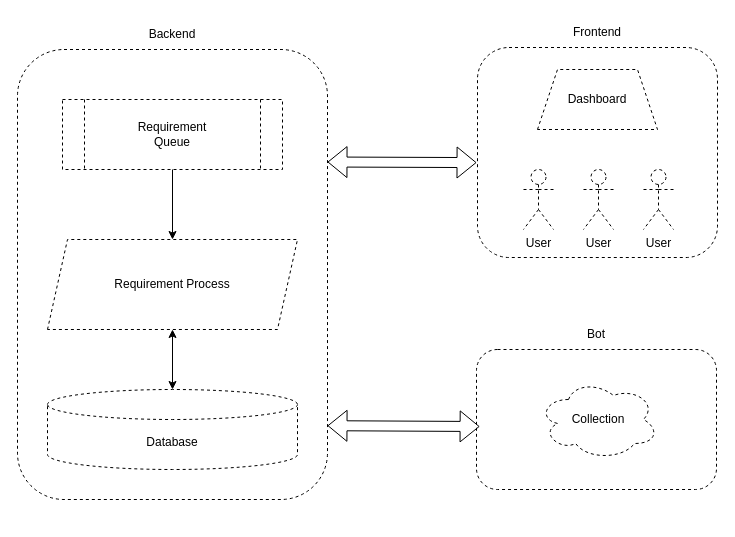
Earlier version of the draw.io diagram page "Global" (1 of 2) of Untitled Diagram.drawio (nftPower88/CryptoGraphBot). Source tidied: cells renumbered, new cells numbered last; positions are measured from the earlier drawing's top-left corner, leaving out a move shared by most shapes. Both pictures are drawn from the tidied source at 100%, with x=0, y=0 at pixel (17, 17).
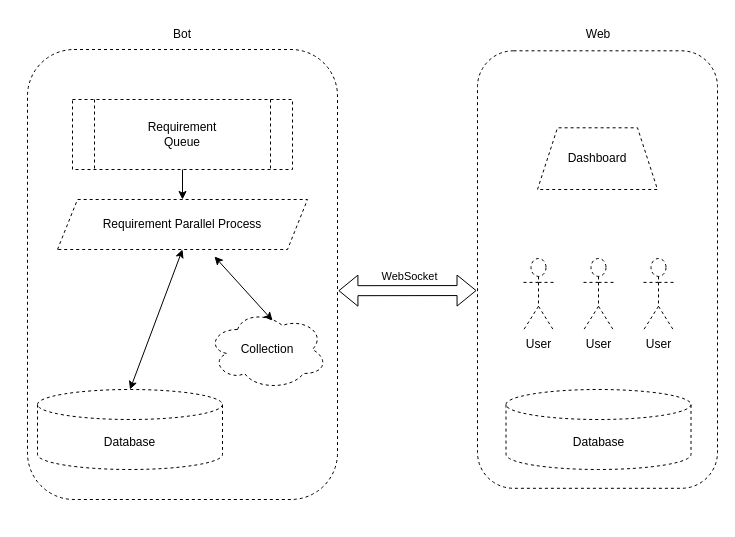
The same page after the edit.

Unchanged cells that the change refers to:
```xml
<mxCell id="3" style="rounded=1;whiteSpace=wrap;html=1;dashed=1;" parent="2" vertex="1">
  <mxGeometry y="30" width="310" height="450" as="geometry" />
</mxCell>
<mxCell id="5" value="Requirement&lt;br&gt;Queue" style="shape=process;whiteSpace=wrap;html=1;backgroundOutline=1;dashed=1;strokeColor=#000000;fillColor=none;" parent="2" vertex="1">
  <mxGeometry x="45" y="80" width="220" height="70" as="geometry" />
</mxCell>
```

Change to the diagram source:
```diff
@@
     <mxCell id="2" style="group;dashed=1;strokeColor=none;fillColor=none;" parent="1" vertex="1">
-      <mxGeometry y="2" width="310" height="480" as="geometry" />
+      <mxGeometry x="10" y="2" width="310" height="480" as="geometry" />
     </mxCell>
@@
-    <mxCell id="4" value="Backend" style="text;html=1;strokeColor=none;fillColor=none;align=center;verticalAlign=middle;whiteSpace=wrap;rounded=0;" parent="2" vertex="1">
+    <mxCell id="4" value="Bot" style="text;html=1;strokeColor=none;fillColor=none;align=center;verticalAlign=middle;whiteSpace=wrap;rounded=0;" parent="2" vertex="1">
       <mxGeometry x="125" width="60" height="30" as="geometry" />
     </mxCell>
@@
     <mxCell id="6" value="Database" style="shape=cylinder3;whiteSpace=wrap;html=1;boundedLbl=1;backgroundOutline=1;size=15;dashed=1;strokeColor=#000000;fillColor=none;" parent="2" vertex="1">
-      <mxGeometry x="30" y="370" width="250" height="80" as="geometry" />
+      <mxGeometry x="10" y="370" width="185" height="80" as="geometry" />
     </mxCell>
+    <mxCell id="19" value="Requirement Parallel Process" style="shape=parallelogram;perimeter=parallelogramPerimeter;whiteSpace=wrap;html=1;fixedSize=1;fillColor=none;strokeColor=#000000;dashed=1;" parent="2" vertex="1">
+      <mxGeometry x="30" y="180" width="250" height="50" as="geometry" />
+    </mxCell>
+    <mxCell id="20" style="edgeStyle=orthogonalEdgeStyle;rounded=0;jettySize=auto;html=1;" parent="2" edge="1" source="5" target="19">
+      <mxGeometry relative="1" as="geometry" />
+    </mxCell>
+    <mxCell id="22" style="endArrow=classic;startArrow=classic;html=1;rounded=0;entryX=0.5;entryY=1;entryDx=0;entryDy=0;exitX=0.5;exitY=0;exitDx=0;exitDy=0;exitPerimeter=0;" parent="2" edge="1" source="6" target="19">
+      <mxGeometry relative="1" as="geometry" />
+    </mxCell>
+    <mxCell id="17" value="Collection" style="ellipse;shape=cloud;whiteSpace=wrap;html=1;dashed=1;strokeColor=#000000;fillColor=none;" parent="2" vertex="1">
+      <mxGeometry x="180" y="290" width="120" height="80" as="geometry" />
+    </mxCell>
+    <mxCell id="23" style="endArrow=classic;startArrow=classic;html=1;rounded=0;entryX=0.628;entryY=1.14;entryDx=0;entryDy=0;entryPerimeter=0;exitX=0.542;exitY=0.138;exitDx=0;exitDy=0;exitPerimeter=0;" parent="2" edge="1" source="17" target="19">
+      <mxGeometry relative="1" as="geometry" />
+    </mxCell>
     <mxCell id="7" style="group;" parent="1" vertex="1">
-      <mxGeometry x="460" width="240" height="240" as="geometry" />
+      <mxGeometry x="460" y="2" width="240" height="500" as="geometry" />
     </mxCell>
     <mxCell id="8" style="rounded=1;whiteSpace=wrap;html=1;dashed=1;" parent="7" vertex="1">
-      <mxGeometry y="30" width="240" height="210" as="geometry" />
+      <mxGeometry y="31.3" width="240" height="437.5" as="geometry" />
     </mxCell>
-    <mxCell id="9" value="Frontend" style="text;html=1;strokeColor=none;fillColor=none;align=center;verticalAlign=middle;whiteSpace=wrap;rounded=0;" parent="7" vertex="1">
-      <mxGeometry x="90" width="60" height="30" as="geometry" />
+    <mxCell id="9" value="Web" style="text;html=1;strokeColor=none;fillColor=none;align=center;verticalAlign=middle;whiteSpace=wrap;rounded=0;" parent="7" vertex="1">
+      <mxGeometry x="91" y="-1.5" width="60" height="32.5" as="geometry" />
     </mxCell>
     <mxCell id="10" value="Dashboard" style="shape=trapezoid;perimeter=trapezoidPerimeter;whiteSpace=wrap;html=1;fixedSize=1;dashed=1;strokeColor=#000000;fillColor=none;" parent="7" vertex="1">
-      <mxGeometry x="60" y="52" width="120" height="60" as="geometry" />
+      <mxGeometry x="60" y="108.3" width="120" height="61.7" as="geometry" />
     </mxCell>
+    <mxCell id="24" style="group;" parent="7" vertex="1">
+      <mxGeometry x="46" y="239" width="150" height="71.7" as="geometry" />
+    </mxCell>
-    <mxCell id="11" value="User" style="shape=umlActor;verticalLabelPosition=bottom;verticalAlign=top;html=1;dashed=1;strokeColor=#000000;fillColor=none;" parent="7" vertex="1">
-      <mxGeometry x="46" y="152" width="30" height="60" as="geometry" />
+    <mxCell id="11" value="User" style="shape=umlActor;verticalLabelPosition=bottom;verticalAlign=top;html=1;dashed=1;strokeColor=#000000;fillColor=none;" parent="24" vertex="1">
+      <mxGeometry width="30" height="71.7" as="geometry" />
     </mxCell>
-    <mxCell id="12" value="User" style="shape=umlActor;verticalLabelPosition=bottom;verticalAlign=top;html=1;dashed=1;strokeColor=#000000;fillColor=none;" parent="7" vertex="1">
-      <mxGeometry x="106" y="152" width="30" height="60" as="geometry" />
+    <mxCell id="12" value="User" style="shape=umlActor;verticalLabelPosition=bottom;verticalAlign=top;html=1;dashed=1;strokeColor=#000000;fillColor=none;" parent="24" vertex="1">
+      <mxGeometry x="60" width="30" height="71.7" as="geometry" />
     </mxCell>
-    <mxCell id="13" value="User" style="shape=umlActor;verticalLabelPosition=bottom;verticalAlign=top;html=1;dashed=1;strokeColor=#000000;fillColor=none;" parent="7" vertex="1">
-      <mxGeometry x="166" y="152" width="30" height="60" as="geometry" />
+    <mxCell id="13" value="User" style="shape=umlActor;verticalLabelPosition=bottom;verticalAlign=top;html=1;dashed=1;strokeColor=#000000;fillColor=none;" parent="24" vertex="1">
+      <mxGeometry x="120" width="30" height="71.7" as="geometry" />
     </mxCell>
-    <mxCell id="14" style="group;" parent="1" vertex="1">
-      <mxGeometry x="459" y="302" width="240" height="170" as="geometry" />
-    </mxCell>
-    <mxCell id="15" style="rounded=1;whiteSpace=wrap;html=1;dashed=1;" parent="14" vertex="1">
-      <mxGeometry y="30" width="240" height="140" as="geometry" />
-    </mxCell>
-    <mxCell id="16" value="Bot" style="text;html=1;strokeColor=none;fillColor=none;align=center;verticalAlign=middle;whiteSpace=wrap;rounded=0;" parent="14" vertex="1">
-      <mxGeometry x="90" width="60" height="30" as="geometry" />
-    </mxCell>
-    <mxCell id="17" value="Collection" style="ellipse;shape=cloud;whiteSpace=wrap;html=1;dashed=1;strokeColor=#000000;fillColor=none;" parent="14" vertex="1">
-      <mxGeometry x="62" y="60" width="120" height="80" as="geometry" />
-    </mxCell>
+    <mxCell id="25" value="Database" style="shape=cylinder3;whiteSpace=wrap;html=1;boundedLbl=1;backgroundOutline=1;size=15;dashed=1;strokeColor=#000000;fillColor=none;" parent="7" vertex="1">
+      <mxGeometry x="28.5" y="370" width="185" height="80" as="geometry" />
+    </mxCell>
-    <mxCell id="18" style="shape=flexArrow;endArrow=classic;startArrow=classic;html=1;rounded=0;exitX=1;exitY=0.25;exitDx=0;exitDy=0;entryX=-0.004;entryY=0.548;entryDx=0;entryDy=0;entryPerimeter=0;" parent="1" edge="1" source="3" target="8">
+    <mxCell id="18" style="shape=flexArrow;endArrow=classic;startArrow=classic;html=1;rounded=0;exitX=1.003;exitY=0.536;exitDx=0;exitDy=0;entryX=-0.004;entryY=0.548;entryDx=0;entryDy=0;entryPerimeter=0;exitPerimeter=0;" parent="1" edge="1" source="3" target="8">
       <mxGeometry relative="1" as="geometry" />
     </mxCell>
-    <mxCell id="19" value="Requirement Process" style="shape=parallelogram;perimeter=parallelogramPerimeter;whiteSpace=wrap;html=1;fixedSize=1;fillColor=none;strokeColor=#000000;dashed=1;" parent="1" vertex="1">
-      <mxGeometry x="30" y="222" width="250" height="90" as="geometry" />
-    </mxCell>
-    <mxCell id="20" style="edgeStyle=orthogonalEdgeStyle;rounded=0;jettySize=auto;html=1;" parent="1" edge="1" source="5" target="19">
-      <mxGeometry relative="1" as="geometry" />
-    </mxCell>
-    <mxCell id="21" style="shape=flexArrow;endArrow=classic;startArrow=classic;html=1;rounded=0;exitX=1;exitY=0.836;exitDx=0;exitDy=0;exitPerimeter=0;entryX=0.013;entryY=0.55;entryDx=0;entryDy=0;entryPerimeter=0;" parent="1" edge="1" source="3" target="15">
-      <mxGeometry relative="1" as="geometry" />
-    </mxCell>
-    <mxCell id="22" style="endArrow=classic;startArrow=classic;html=1;rounded=0;entryX=0.5;entryY=1;entryDx=0;entryDy=0;exitX=0.5;exitY=0;exitDx=0;exitDy=0;exitPerimeter=0;" parent="1" edge="1" source="6" target="19">
-      <mxGeometry relative="1" as="geometry" />
-    </mxCell>
+    <mxCell id="26" value="WebSocket" style="edgeLabel;html=1;align=center;verticalAlign=middle;" parent="18" vertex="1">
+      <mxGeometry x="0.15" y="6" relative="1" as="geometry">
+        <mxPoint x="-8" y="-9" as="offset" />
+      </mxGeometry>
+    </mxCell>
```
